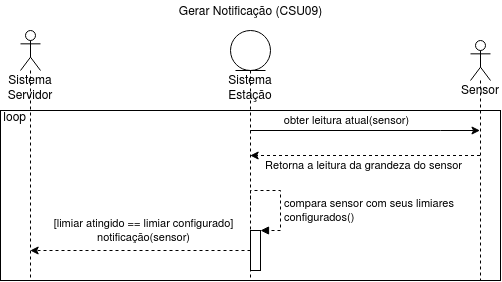
Before: doc/markdown/images/diagrama-de-sequencia/sistema-estacao/gerar-notificacao.png, a diagram exported from draw.io (luizaalves/esta-o-metereologica-pji29006). Source tidied: cells renumbered, new cells last; positions are measured from the earlier drawing's top-left corner, leaving out a move shared by most shapes. Source of this version:
```xml
<mxGraphModel>
  <root>
    <mxCell id="0" />
    <mxCell id="1" parent="0" />
    <mxCell id="2" value="&lt;a href=&quot;https://github.com/PJI29006-classroom/2020-01-estacao-metereologica-estacao-alexandre-andre-e-luiza/blob/master/doc/markdown/descricao-casos-de-uso/sistema-estacao/gerar-notificacao.md&quot;&gt;&lt;font color=&quot;#000000&quot;&gt;Gerar Notificação (CSU09)&lt;/font&gt;&lt;/a&gt;" style="text;html=1;align=center;verticalAlign=middle;" parent="1" vertex="1">
      <mxGeometry x="170" width="160" height="20" as="geometry" />
    </mxCell>
    <mxCell id="3" style="edgeStyle=orthogonalEdgeStyle;rounded=0;jettySize=auto;html=1;" parent="1" edge="1" source="5" target="14">
      <mxGeometry relative="1" as="geometry">
        <Array as="points">
          <mxPoint x="440" y="130" />
          <mxPoint x="440" y="130" />
        </Array>
      </mxGeometry>
    </mxCell>
    <mxCell id="4" value="obter leitura atual(sensor)" style="edgeLabel;html=1;align=center;verticalAlign=middle;" parent="3" vertex="1">
      <mxGeometry x="-0.42" relative="1" as="geometry">
        <mxPoint x="29.5" y="-10" as="offset" />
      </mxGeometry>
    </mxCell>
    <mxCell id="5" value="&lt;div&gt;Sistema&lt;/div&gt;&lt;div&gt;Estação&lt;/div&gt;" style="shape=umlLifeline;participant=umlEntity;perimeter=lifelinePerimeter;whiteSpace=wrap;html=1;verticalAlign=top;spacingTop=36;outlineConnect=0;" parent="1" vertex="1">
      <mxGeometry x="230" y="30" width="40" height="250" as="geometry" />
    </mxCell>
    <mxCell id="6" style="html=1;points=[];perimeter=orthogonalPerimeter;" parent="5" vertex="1">
      <mxGeometry x="20" y="200" width="10" height="40" as="geometry" />
    </mxCell>
    <mxCell id="7" value="&lt;div&gt;compara sensor com seus limiares &lt;br&gt;&lt;/div&gt;&lt;div&gt;configurados()&lt;/div&gt;" style="edgeStyle=orthogonalEdgeStyle;html=1;align=left;spacingLeft=2;endArrow=block;rounded=0;entryX=1;entryY=0;dashed=1;" parent="5" edge="1" target="6">
      <mxGeometry x="0.27" relative="1" as="geometry">
        <mxPoint x="20" y="180" as="sourcePoint" />
        <Array as="points">
          <mxPoint x="20" y="160" />
          <mxPoint x="50" y="160" />
          <mxPoint x="50" y="200" />
        </Array>
      </mxGeometry>
    </mxCell>
    <mxCell id="8" value="&lt;div&gt;Sistema Servidor&lt;br&gt;&lt;/div&gt;" style="shape=umlLifeline;participant=umlActor;perimeter=lifelinePerimeter;whiteSpace=wrap;html=1;verticalAlign=top;spacingTop=36;outlineConnect=0;" parent="1" vertex="1">
      <mxGeometry x="20" y="30" width="20" height="250" as="geometry" />
    </mxCell>
    <mxCell id="9" style="edgeStyle=orthogonalEdgeStyle;rounded=0;jettySize=auto;html=1;dashed=1;" parent="1" edge="1" source="14" target="5">
      <mxGeometry relative="1" as="geometry">
        <Array as="points">
          <mxPoint x="420" y="155" />
          <mxPoint x="420" y="155" />
        </Array>
      </mxGeometry>
    </mxCell>
    <mxCell id="10" value="Retorna a leitura da grandeza do sensor" style="edgeLabel;html=1;align=center;verticalAlign=middle;" parent="9" vertex="1">
      <mxGeometry x="0.28" y="3" relative="1" as="geometry">
        <mxPoint x="29.6" y="7" as="offset" />
      </mxGeometry>
    </mxCell>
    <mxCell id="11" style="edgeStyle=orthogonalEdgeStyle;rounded=0;jettySize=auto;html=1;dashed=1;" parent="1" edge="1" source="6" target="8">
      <mxGeometry relative="1" as="geometry">
        <Array as="points">
          <mxPoint x="70" y="250" />
          <mxPoint x="70" y="250" />
        </Array>
      </mxGeometry>
    </mxCell>
    <mxCell id="12" value="&lt;div&gt;[limiar atingido == limiar configurado]&lt;/div&gt;&lt;div&gt;notificação(sensor)&lt;br&gt;&lt;/div&gt;" style="edgeLabel;html=1;align=center;verticalAlign=middle;" parent="11" vertex="1">
      <mxGeometry x="0.32" y="-1" relative="1" as="geometry">
        <mxPoint x="37.9" y="-19" as="offset" />
      </mxGeometry>
    </mxCell>
    <mxCell id="13" value="&amp;nbsp;loop" style="verticalAlign=top;align=left;overflow=fill;fontSize=12;fontFamily=Helvetica;html=1;fillColor=none;" parent="1" vertex="1">
      <mxGeometry y="110" width="500" height="170" as="geometry" />
    </mxCell>
    <mxCell id="14" value="Sensor" style="shape=umlLifeline;participant=umlActor;perimeter=lifelinePerimeter;whiteSpace=wrap;html=1;verticalAlign=top;spacingTop=36;outlineConnect=0;fillColor=none;" parent="1" vertex="1">
      <mxGeometry x="470" y="40" width="20" height="240" as="geometry" />
    </mxCell>
  </root>
</mxGraphModel>
```
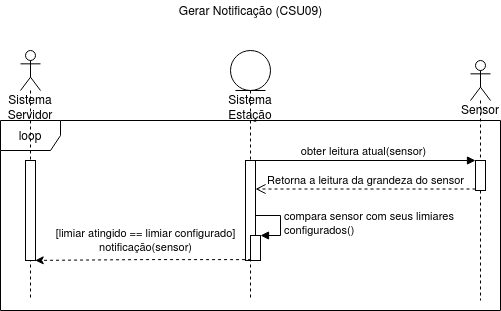
After the change.

What changed in the source:
```diff
@@ -3,71 +3,57 @@
     <mxCell id="0" />
     <mxCell id="1" parent="0" />
     <mxCell id="2" value="&lt;a href=&quot;https://github.com/PJI29006-classroom/2020-01-estacao-metereologica-estacao-alexandre-andre-e-luiza/blob/master/doc/markdown/descricao-casos-de-uso/sistema-estacao/gerar-notificacao.md&quot;&gt;&lt;font color=&quot;#000000&quot;&gt;Gerar Notificação (CSU09)&lt;/font&gt;&lt;/a&gt;" style="text;html=1;align=center;verticalAlign=middle;" parent="1" vertex="1">
-      <mxGeometry x="170" width="160" height="20" as="geometry" />
+      <mxGeometry x="170" y="-20" width="160" height="20" as="geometry" />
     </mxCell>
-    <mxCell id="3" style="edgeStyle=orthogonalEdgeStyle;rounded=0;jettySize=auto;html=1;" parent="1" edge="1" source="5" target="14">
-      <mxGeometry relative="1" as="geometry">
-        <Array as="points">
-          <mxPoint x="440" y="130" />
-          <mxPoint x="440" y="130" />
-        </Array>
-      </mxGeometry>
-    </mxCell>
-    <mxCell id="4" value="obter leitura atual(sensor)" style="edgeLabel;html=1;align=center;verticalAlign=middle;" parent="3" vertex="1">
-      <mxGeometry x="-0.42" relative="1" as="geometry">
-        <mxPoint x="29.5" y="-10" as="offset" />
-      </mxGeometry>
-    </mxCell>
+    <mxCell id="13" value="loop" style="shape=umlFrame;whiteSpace=wrap;html=1;" parent="1" vertex="1">
+      <mxGeometry y="100" width="500" height="190" as="geometry" />
+    </mxCell>
     <mxCell id="5" value="&lt;div&gt;Sistema&lt;/div&gt;&lt;div&gt;Estação&lt;/div&gt;" style="shape=umlLifeline;participant=umlEntity;perimeter=lifelinePerimeter;whiteSpace=wrap;html=1;verticalAlign=top;spacingTop=36;outlineConnect=0;" parent="1" vertex="1">
       <mxGeometry x="230" y="30" width="40" height="250" as="geometry" />
     </mxCell>
-    <mxCell id="6" style="html=1;points=[];perimeter=orthogonalPerimeter;" parent="5" vertex="1">
-      <mxGeometry x="20" y="200" width="10" height="40" as="geometry" />
-    </mxCell>
+    <mxCell id="15" style="html=1;points=[];perimeter=orthogonalPerimeter;" parent="5" vertex="1">
+      <mxGeometry x="15" y="110" width="10" height="100" as="geometry" />
+    </mxCell>
+    <mxCell id="16" style="html=1;points=[];perimeter=orthogonalPerimeter;" parent="5" vertex="1">
+      <mxGeometry x="20" y="185" width="10" height="25" as="geometry" />
+    </mxCell>
-    <mxCell id="7" value="&lt;div&gt;compara sensor com seus limiares &lt;br&gt;&lt;/div&gt;&lt;div&gt;configurados()&lt;/div&gt;" style="edgeStyle=orthogonalEdgeStyle;html=1;align=left;spacingLeft=2;endArrow=block;rounded=0;entryX=1;entryY=0;dashed=1;" parent="5" edge="1" target="6">
-      <mxGeometry x="0.27" relative="1" as="geometry">
-        <mxPoint x="20" y="180" as="sourcePoint" />
+    <mxCell id="7" value="&lt;div&gt;compara sensor com seus limiares &lt;br&gt;&lt;/div&gt;&lt;div&gt;configurados()&lt;/div&gt;" style="edgeStyle=orthogonalEdgeStyle;html=1;align=left;spacingLeft=2;endArrow=block;rounded=0;entryX=1;entryY=0;" parent="5" edge="1" target="16">
+      <mxGeometry relative="1" as="geometry">
+        <mxPoint x="25" y="165" as="sourcePoint" />
         <Array as="points">
-          <mxPoint x="20" y="160" />
-          <mxPoint x="50" y="160" />
-          <mxPoint x="50" y="200" />
+          <mxPoint x="50" y="165" />
         </Array>
       </mxGeometry>
     </mxCell>
     <mxCell id="8" value="&lt;div&gt;Sistema Servidor&lt;br&gt;&lt;/div&gt;" style="shape=umlLifeline;participant=umlActor;perimeter=lifelinePerimeter;whiteSpace=wrap;html=1;verticalAlign=top;spacingTop=36;outlineConnect=0;" parent="1" vertex="1">
       <mxGeometry x="20" y="30" width="20" height="250" as="geometry" />
     </mxCell>
-    <mxCell id="9" style="edgeStyle=orthogonalEdgeStyle;rounded=0;jettySize=auto;html=1;dashed=1;" parent="1" edge="1" source="14" target="5">
-      <mxGeometry relative="1" as="geometry">
-        <Array as="points">
-          <mxPoint x="420" y="155" />
-          <mxPoint x="420" y="155" />
-        </Array>
-      </mxGeometry>
-    </mxCell>
+    <mxCell id="17" style="html=1;points=[];perimeter=orthogonalPerimeter;" parent="8" vertex="1">
+      <mxGeometry x="5" y="110" width="10" height="100" as="geometry" />
+    </mxCell>
+    <mxCell id="14" value="Sensor" style="shape=umlLifeline;participant=umlActor;perimeter=lifelinePerimeter;whiteSpace=wrap;html=1;verticalAlign=top;spacingTop=36;outlineConnect=0;fillColor=none;" parent="1" vertex="1">
+      <mxGeometry x="470" y="40" width="20" height="240" as="geometry" />
+    </mxCell>
+    <mxCell id="18" style="html=1;points=[];perimeter=orthogonalPerimeter;" parent="14" vertex="1">
+      <mxGeometry x="5" y="100" width="10" height="30" as="geometry" />
+    </mxCell>
+    <mxCell id="4" value="obter leitura atual(sensor)" style="html=1;verticalAlign=bottom;endArrow=block;entryX=0;entryY=0;" parent="1" edge="1" source="5" target="18">
+      <mxGeometry relative="1" as="geometry" />
+    </mxCell>
-    <mxCell id="10" value="Retorna a leitura da grandeza do sensor" style="edgeLabel;html=1;align=center;verticalAlign=middle;" parent="9" vertex="1">
-      <mxGeometry x="0.28" y="3" relative="1" as="geometry">
-        <mxPoint x="29.6" y="7" as="offset" />
-      </mxGeometry>
+    <mxCell id="10" value="Retorna a leitura da grandeza do sensor" style="html=1;verticalAlign=bottom;endArrow=open;dashed=1;endSize=8;exitX=0;exitY=0.95;" parent="1" edge="1" source="18" target="15">
+      <mxGeometry relative="1" as="geometry" />
     </mxCell>
-    <mxCell id="11" style="edgeStyle=orthogonalEdgeStyle;rounded=0;jettySize=auto;html=1;dashed=1;" parent="1" edge="1" source="6" target="8">
-      <mxGeometry relative="1" as="geometry">
-        <Array as="points">
-          <mxPoint x="70" y="250" />
-          <mxPoint x="70" y="250" />
-        </Array>
-      </mxGeometry>
-    </mxCell>
+    <mxCell id="19" style="edgeStyle=orthogonalEdgeStyle;rounded=0;jettySize=auto;html=1;dashed=1;exitX=0.057;exitY=0.965;exitDx=0;exitDy=0;exitPerimeter=0;entryX=0.97;entryY=0.999;entryDx=0;entryDy=0;entryPerimeter=0;" parent="1" edge="1" source="16" target="17">
+      <mxGeometry relative="1" as="geometry">
+        <Array as="points">
+          <mxPoint x="143" y="239" />
+        </Array>
+      </mxGeometry>
+    </mxCell>
-    <mxCell id="12" value="&lt;div&gt;[limiar atingido == limiar configurado]&lt;/div&gt;&lt;div&gt;notificação(sensor)&lt;br&gt;&lt;/div&gt;" style="edgeLabel;html=1;align=center;verticalAlign=middle;" parent="11" vertex="1">
-      <mxGeometry x="0.32" y="-1" relative="1" as="geometry">
-        <mxPoint x="37.9" y="-19" as="offset" />
+    <mxCell id="12" value="&lt;div&gt;[limiar atingido == limiar configurado]&lt;/div&gt;&lt;div&gt;notificação(sensor)&lt;br&gt;&lt;/div&gt;" style="edgeLabel;html=1;align=center;verticalAlign=middle;" parent="19" vertex="1">
+      <mxGeometry x="0.44" y="1" relative="1" as="geometry">
+        <mxPoint x="48.6" y="-21" as="offset" />
       </mxGeometry>
     </mxCell>
-    <mxCell id="13" value="&amp;nbsp;loop" style="verticalAlign=top;align=left;overflow=fill;fontSize=12;fontFamily=Helvetica;html=1;fillColor=none;" parent="1" vertex="1">
-      <mxGeometry y="110" width="500" height="170" as="geometry" />
-    </mxCell>
-    <mxCell id="14" value="Sensor" style="shape=umlLifeline;participant=umlActor;perimeter=lifelinePerimeter;whiteSpace=wrap;html=1;verticalAlign=top;spacingTop=36;outlineConnect=0;fillColor=none;" parent="1" vertex="1">
-      <mxGeometry x="470" y="40" width="20" height="240" as="geometry" />
-    </mxCell>
   </root>
 </mxGraphModel>
```
